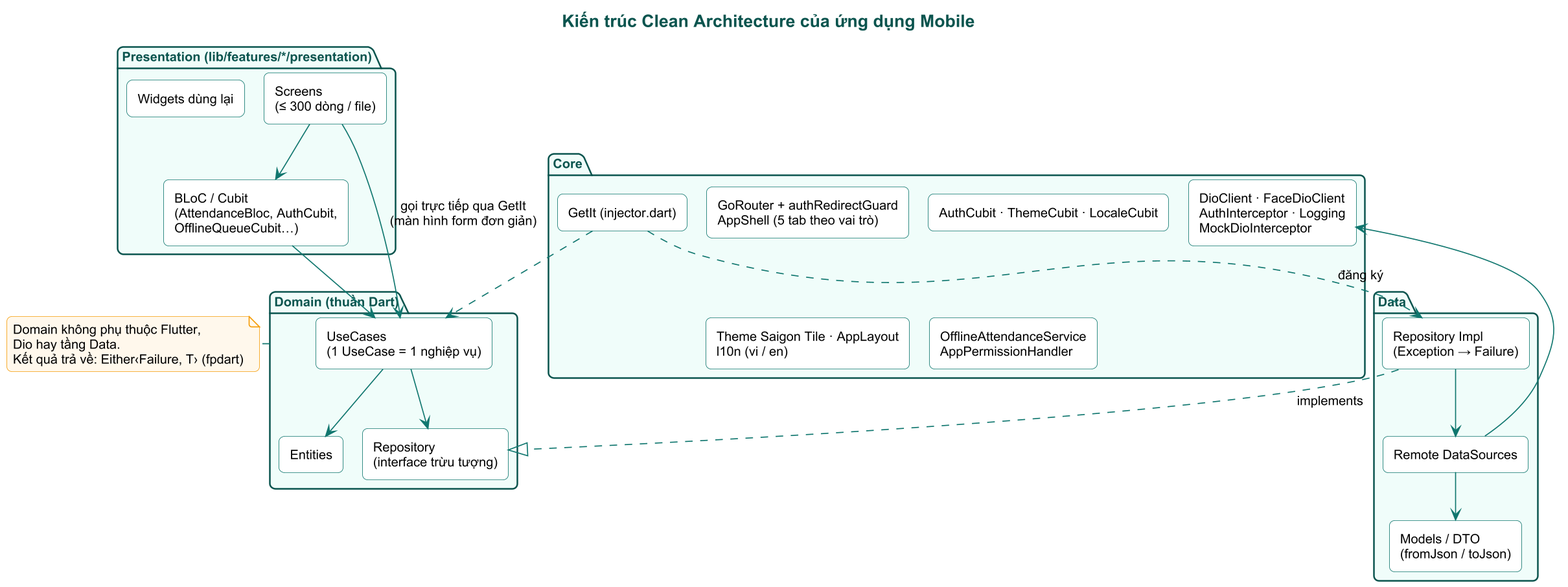
Above: docs/ip-registration/diagrams/png/A02_mobile_clean_architecture.png in RakiticVo/vstech-hrm (PlantUML), before the change. Source of this version:
```plantuml
@startuml

!pragma layout smetana
skinparam dpi 160
skinparam defaultFontName Arial
skinparam defaultFontSize 12
skinparam shadowing false
skinparam roundCorner 10
skinparam titleFontSize 16
skinparam titleFontStyle bold
skinparam titleFontColor #0A544E
skinparam ArrowColor #0F766E
skinparam componentStyle rectangle
skinparam rectangle {
  BorderColor #0F766E
  BackgroundColor #FFFFFF
}
skinparam package {
  BorderColor #0A544E
  BackgroundColor #F0FDFA
  FontColor #0A544E
}
skinparam node {
  BorderColor #0A544E
  BackgroundColor #F8FAFC
}
skinparam database {
  BorderColor #0A544E
  BackgroundColor #ECFEFF
}
skinparam cloud {
  BorderColor #B45309
  BackgroundColor #FFFBEB
}
skinparam note {
  BackgroundColor #FFF8EC
  BorderColor #F59E0B
}
skinparam class {
  BorderColor #0F766E
  BackgroundColor #FFFFFF
  HeaderBackgroundColor #CCFBF1
  ArrowColor #0F766E
}
skinparam state {
  BorderColor #0F766E
  BackgroundColor #F0FDFA
  ArrowColor #0F766E
}


title Kiến trúc Clean Architecture của ứng dụng Mobile
top to bottom direction
package "Presentation (lib/features/*/presentation)" as P {
  rectangle "Screens\n(≤ 300 dòng / file)" as SCR
  rectangle "Widgets dùng lại" as WID
  rectangle "BLoC / Cubit\n(AttendanceBloc, AuthCubit,\nOfflineQueueCubit…)" as BLOC
}
package "Domain (thuần Dart)" as D {
  rectangle "Entities" as ENT
  rectangle "UseCases\n(1 UseCase = 1 nghiệp vụ)" as UC
  rectangle "Repository\n(interface trừu tượng)" as RI
}
package "Data" as DA {
  rectangle "Repository Impl\n(Exception → Failure)" as RIMPL
  rectangle "Remote DataSources" as DS
  rectangle "Models / DTO\n(fromJson / toJson)" as MOD
}
package "Core" as CO {
  rectangle "DioClient · FaceDioClient\nAuthInterceptor · Logging\nMockDioInterceptor" as NET
  rectangle "GetIt (injector.dart)" as DI
  rectangle "GoRouter + authRedirectGuard\nAppShell (5 tab theo vai trò)" as ROUTER
  rectangle "AuthCubit · ThemeCubit · LocaleCubit" as SES
  rectangle "Theme Saigon Tile · AppLayout\nl10n (vi / en)" as THEME
  rectangle "OfflineAttendanceService\nAppPermissionHandler" as SRV
}
SCR --> BLOC
SCR --> UC : gọi trực tiếp qua GetIt\n(màn hình form đơn giản)
BLOC --> UC
UC --> RI
UC --> ENT
RIMPL ..|> RI : implements
RIMPL --> DS
DS --> MOD
DS --> NET
DI ..> RIMPL : đăng ký
DI ..> UC
note right of D
  Domain không phụ thuộc Flutter,
  Dio hay tầng Data.
  Kết quả trả về: Either‹Failure, T› (fpdart)
end note
@enduml
```
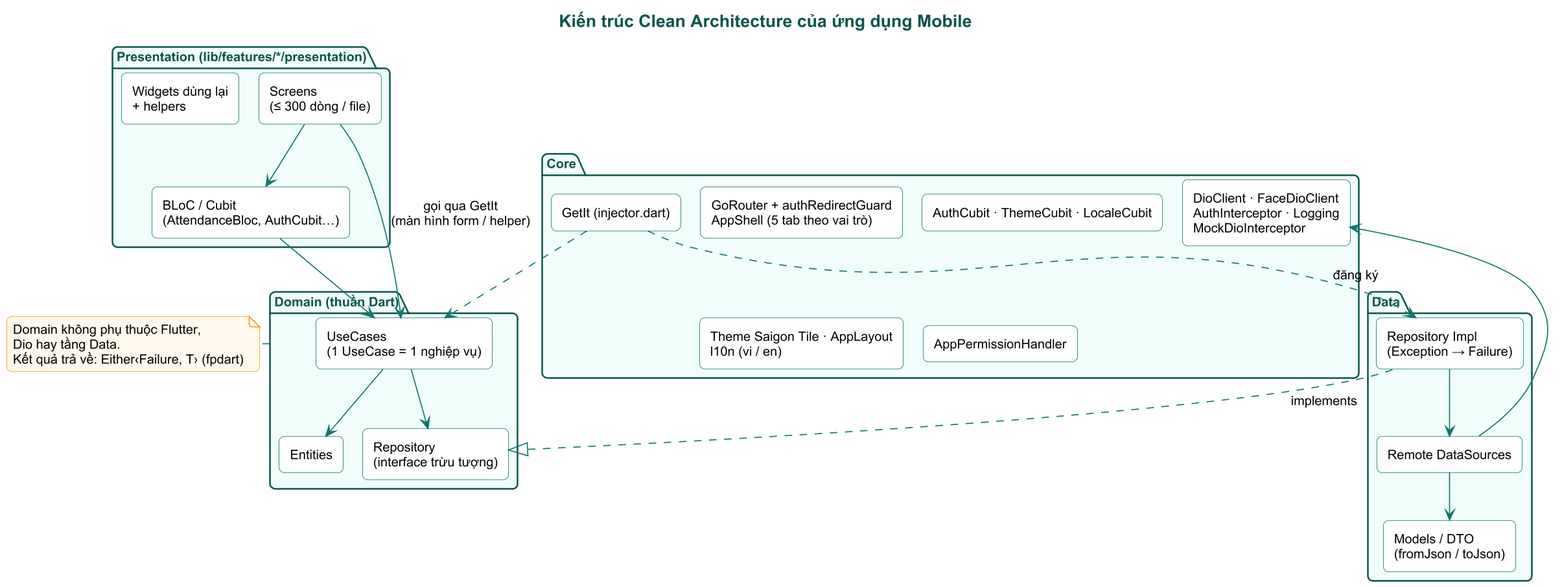
After the commit.

The edit, as a diff of the source:
```diff
@@ -53,8 +53,8 @@
 top to bottom direction
 package "Presentation (lib/features/*/presentation)" as P {
   rectangle "Screens\n(≤ 300 dòng / file)" as SCR
-  rectangle "Widgets dùng lại" as WID
-  rectangle "BLoC / Cubit\n(AttendanceBloc, AuthCubit,\nOfflineQueueCubit…)" as BLOC
+  rectangle "Widgets dùng lại\n+ helpers" as WID
+  rectangle "BLoC / Cubit\n(AttendanceBloc, AuthCubit…)" as BLOC
 }
 package "Domain (thuần Dart)" as D {
   rectangle "Entities" as ENT
@@ -72,10 +72,10 @@
   rectangle "GoRouter + authRedirectGuard\nAppShell (5 tab theo vai trò)" as ROUTER
   rectangle "AuthCubit · ThemeCubit · LocaleCubit" as SES
   rectangle "Theme Saigon Tile · AppLayout\nl10n (vi / en)" as THEME
-  rectangle "OfflineAttendanceService\nAppPermissionHandler" as SRV
+  rectangle "AppPermissionHandler" as SRV
 }
 SCR --> BLOC
-SCR --> UC : gọi trực tiếp qua GetIt\n(màn hình form đơn giản)
+SCR --> UC : gọi qua GetIt\n(màn hình form / helper)
 BLOC --> UC
 UC --> RI
 UC --> ENT
```
